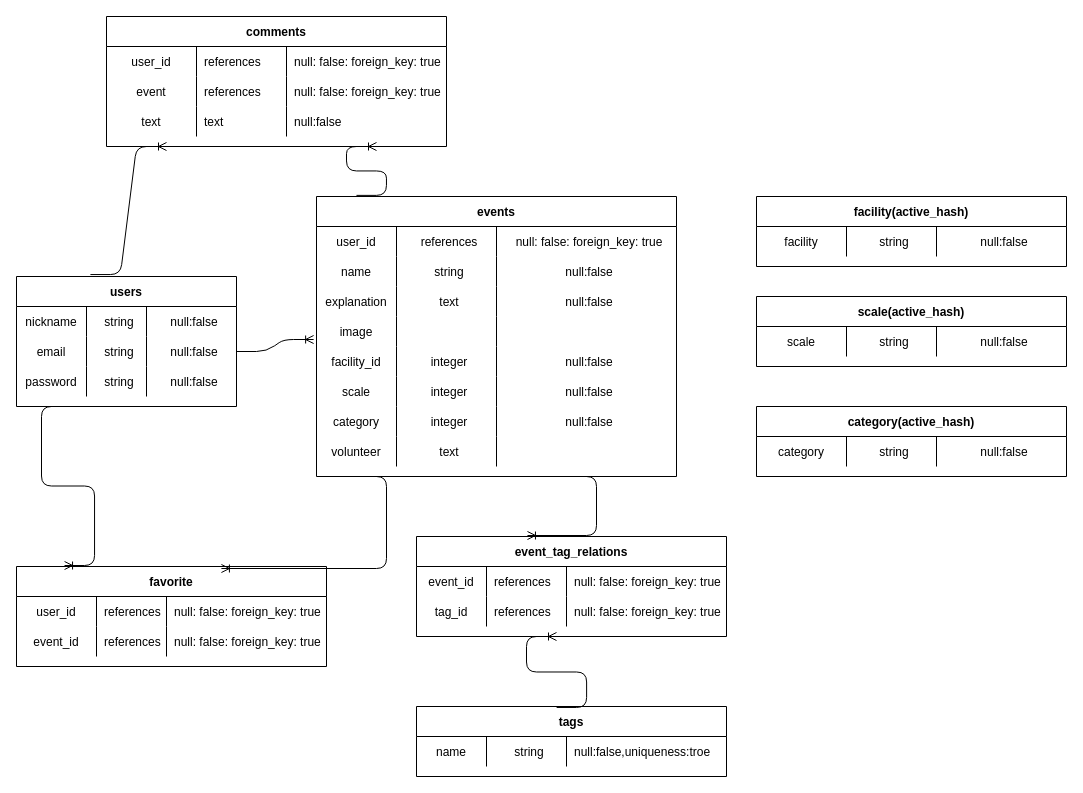
This is asimemo.dio from soudatakeru/asomemo, a draw.io file, before an edit. Source tidied: cells renumbered, new cells numbered last; positions are measured from the earlier drawing's top-left corner, leaving out a move shared by most shapes. Both pictures are drawn from the tidied source at 100%, with x=0, y=0 at pixel (16, 16).
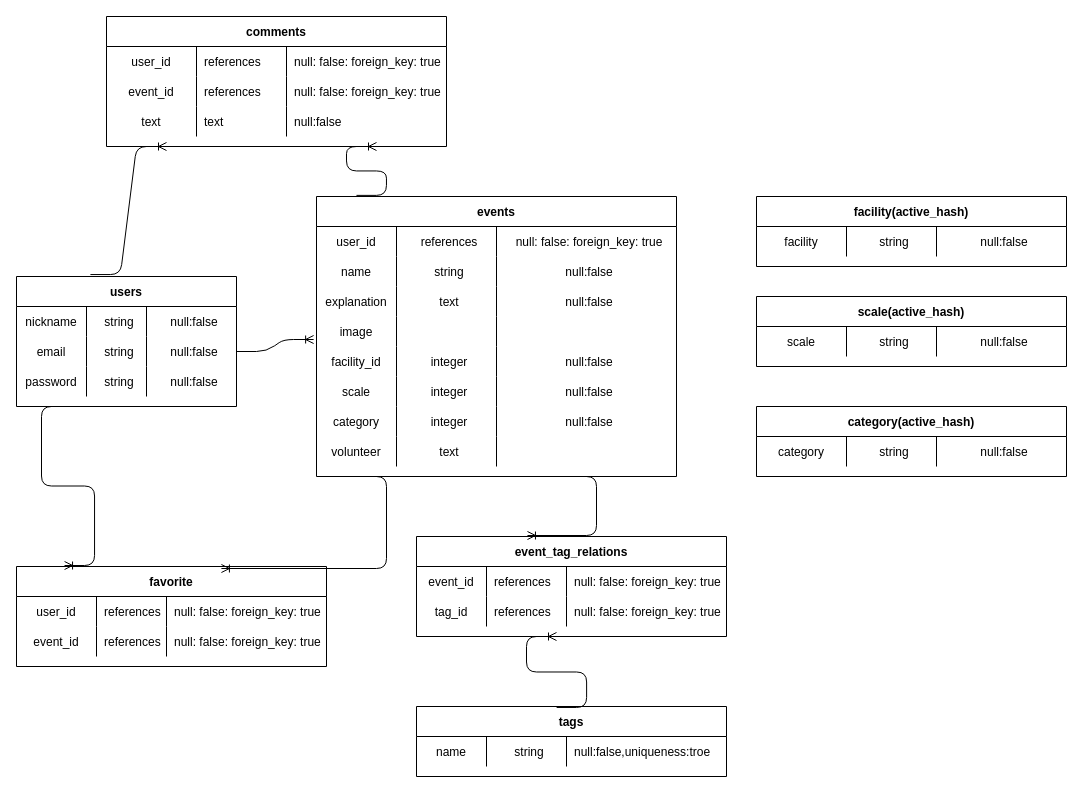
The same diagram, later.

Unchanged cells that the change refers to:
```xml
<mxCell id="94" style="shape=partialRectangle;fillColor=none;top=0;left=0;bottom=0;right=0;" parent="89" vertex="1">
  <mxGeometry y="60" width="340" height="30" as="geometry" />
</mxCell>
```

Change to the diagram source:
```diff
@@
-    <mxCell id="95" value="event" style="shape=partialRectangle;fillColor=none;top=0;left=0;bottom=0;right=0;overflow=hidden;" parent="94" vertex="1">
+    <mxCell id="95" value="event_id" style="shape=partialRectangle;fillColor=none;top=0;left=0;bottom=0;right=0;overflow=hidden;" parent="94" vertex="1">
       <mxGeometry width="90" height="30" as="geometry" />
     </mxCell>
```
